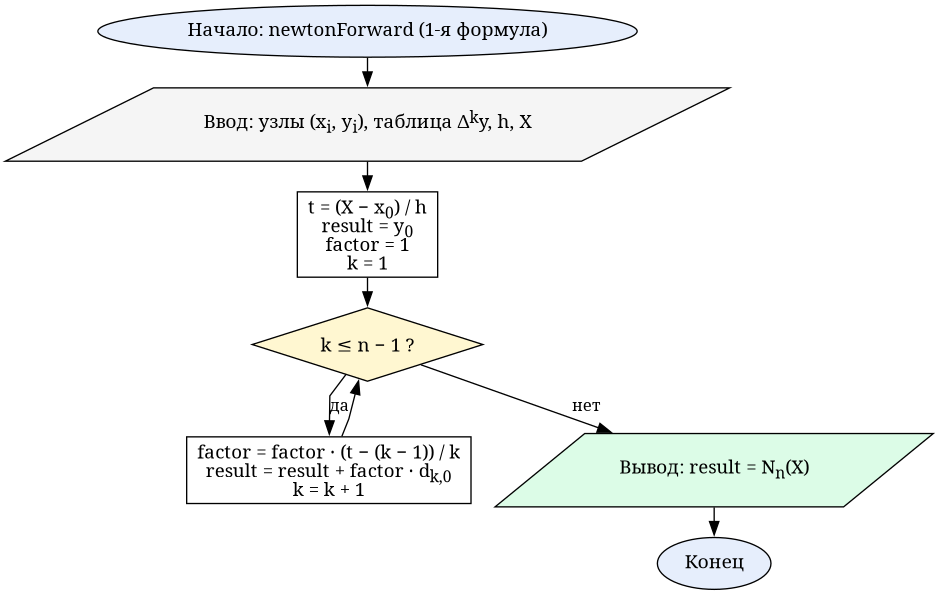
The Graphviz diagram reports/resources/flowcharts/lab5_newton_fwd.png in Oriptal/calc-math-lab2, before a commit. Its source is kept beside it as reports/resources/flowcharts/lab5_newton_fwd.dot.
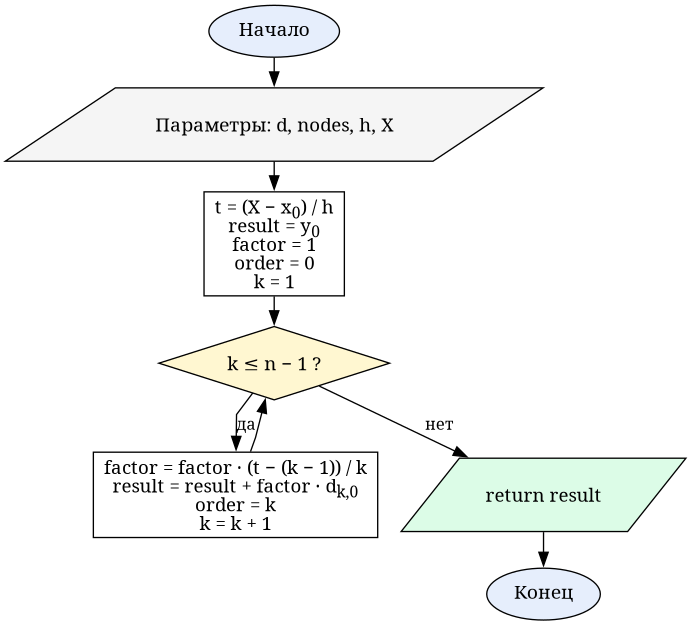
The same diagram one commit later.

What changed in the source:
```diff
@@ -3,12 +3,12 @@
   node  [fontname="CMU Serif", fontsize=14, style="filled", fillcolor="#ffffff", color="#000000"]
   edge  [fontname="CMU Serif", fontsize=12, color="#000000"]
 
-  start  [label="Начало: newtonForward (1-я формула)", shape=oval, fillcolor="#e6eefc"]
-  input  [label=<Ввод: узлы (x<SUB>i</SUB>, y<SUB>i</SUB>), таблица Δ<SUP>k</SUP>y, h, X>, shape=parallelogram, fillcolor="#f5f5f5"]
-  init   [label=<t = (X − x<SUB>0</SUB>) / h<BR/>result = y<SUB>0</SUB><BR/>factor = 1<BR/>k = 1>, shape=box]
+  start  [label="Начало", shape=oval, fillcolor="#e6eefc"]
+  input  [label=<Параметры: d, nodes, h, X>, shape=parallelogram, fillcolor="#f5f5f5"]
+  init   [label=<t = (X − x<SUB>0</SUB>) / h<BR/>result = y<SUB>0</SUB><BR/>factor = 1<BR/>order = 0<BR/>k = 1>, shape=box]
   chk    [label=<k ≤ n − 1 ?>, shape=diamond, fillcolor="#fff7d1"]
-  body   [label=<factor = factor · (t − (k − 1)) / k<BR/>result = result + factor · d<SUB>k,0</SUB><BR/>k = k + 1>, shape=box]
-  output [label=<Вывод: result = N<SUB>n</SUB>(X)>, shape=parallelogram, fillcolor="#dcfce7"]
+  body   [label=<factor = factor · (t − (k − 1)) / k<BR/>result = result + factor · d<SUB>k,0</SUB><BR/>order = k<BR/>k = k + 1>, shape=box]
+  output [label=<return result>, shape=parallelogram, fillcolor="#dcfce7"]
   stop   [label="Конец", shape=oval, fillcolor="#e6eefc"]
 
   start -> input -> init -> chk
```
